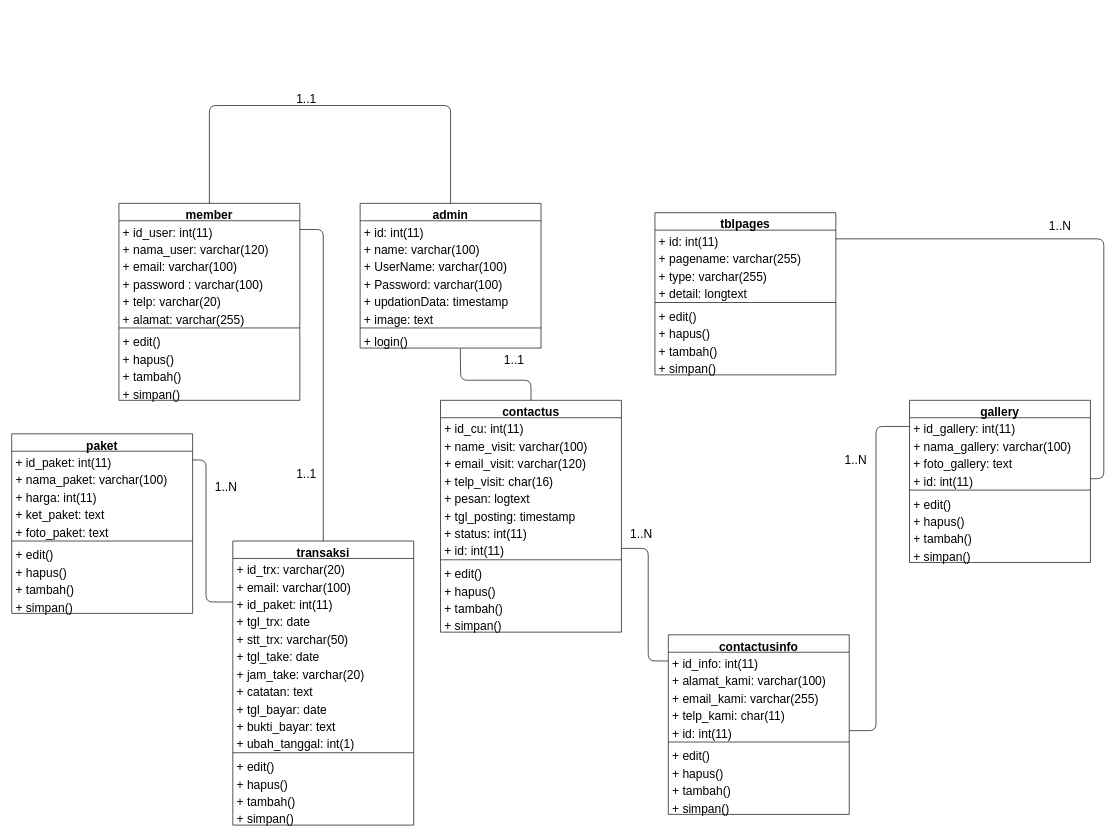
Earlier version of the draw.io diagram page "CLASS DIAGRAM" (2 of 20) of SKRIPSI TARMIZI MAULANA/ARSIP/FILE MASTER DESAIN/DIAGRAM SKIRPSI TARMIZI MAULANA.drawio (Khairul122/JK-WebPemesananJasaFotografer-ED). Source tidied: cells renumbered, new cells numbered last; positions are measured from the earlier drawing's top-left corner, leaving out a move shared by most shapes. Both pictures are drawn from the tidied source at 67%, with x=0, y=0 at pixel (11, 92).
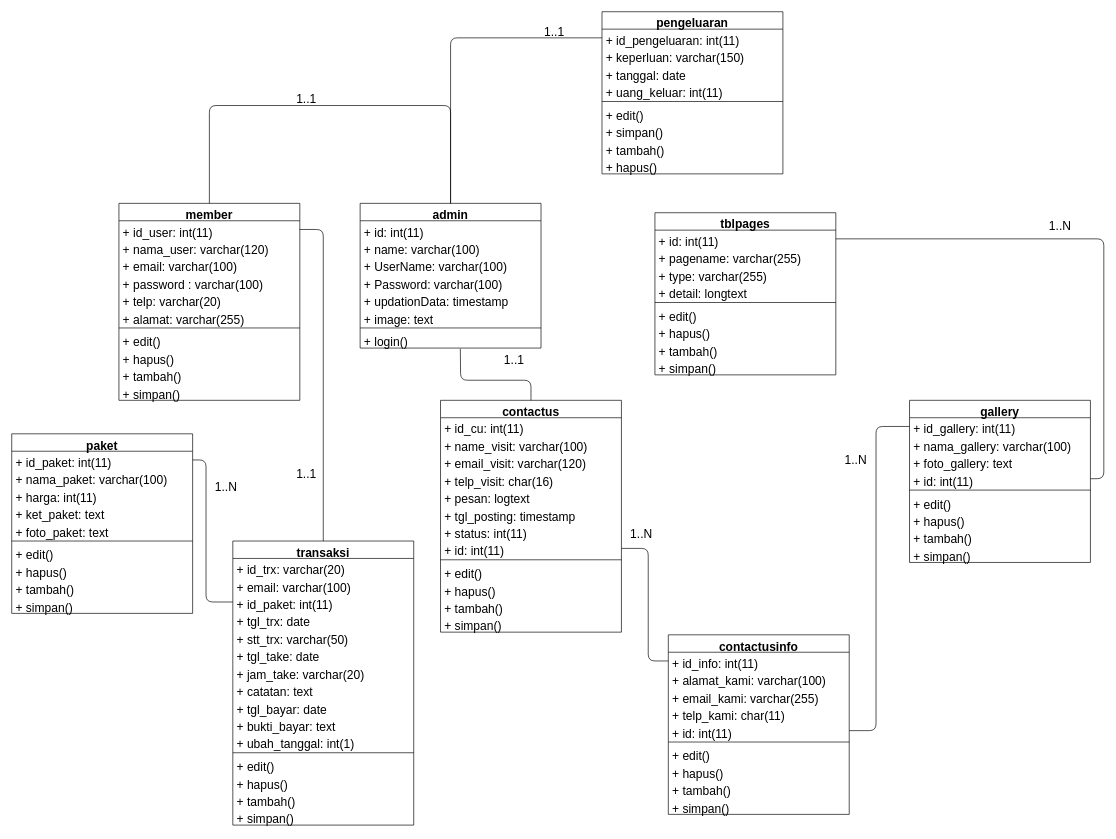
After the change.

The change refers to these unchanged cells:
```xml
<mxCell id="2" value="admin" style="swimlane;fontStyle=1;align=center;verticalAlign=top;horizontal=1;startSize=26;fontSize=18;" parent="1" vertex="1">
  <mxGeometry x="520" y="166" width="270" height="216" as="geometry" />
</mxCell>
```

Diff of the diagram source:
```diff
@@
+    <mxCell id="110" value="pengeluaran" style="swimlane;fontStyle=1;align=center;verticalAlign=top;horizontal=1;startSize=26;fontSize=18;" parent="1" vertex="1">
+      <mxGeometry x="881" y="-120" width="270" height="242" as="geometry" />
+    </mxCell>
+    <mxCell id="111" value="+ id_pengeluaran: int(11)" style="text;align=left;verticalAlign=top;spacingLeft=4;spacingRight=4;overflow=hidden;points=[[0,0.5],[1,0.5]];portConstraint=eastwest;fontSize=18;" parent="110" vertex="1">
+      <mxGeometry y="26" width="270" height="26" as="geometry" />
+    </mxCell>
+    <mxCell id="112" value="+ keperluan: varchar(150)" style="text;align=left;verticalAlign=top;spacingLeft=4;spacingRight=4;overflow=hidden;fontSize=18;" parent="110" vertex="1">
+      <mxGeometry y="52" width="270" height="26" as="geometry" />
+    </mxCell>
+    <mxCell id="113" value="+ tanggal: date" style="text;align=left;verticalAlign=top;spacingLeft=4;spacingRight=4;overflow=hidden;fontSize=18;" parent="110" vertex="1">
+      <mxGeometry y="78" width="270" height="26" as="geometry" />
+    </mxCell>
+    <mxCell id="114" value="+ uang_keluar: int(11)" style="text;align=left;verticalAlign=top;spacingLeft=4;spacingRight=4;overflow=hidden;fontSize=18;" parent="110" vertex="1">
+      <mxGeometry y="104" width="270" height="26" as="geometry" />
+    </mxCell>
+    <mxCell id="115" style="line;strokeWidth=1;align=left;verticalAlign=middle;spacingTop=-1;spacingLeft=3;spacingRight=3;labelPosition=right;fontSize=18;" parent="110" vertex="1">
+      <mxGeometry y="130" width="270" height="8" as="geometry" />
+    </mxCell>
+    <mxCell id="116" value="+ edit()&#10;" style="text;align=left;verticalAlign=top;spacingLeft=4;spacingRight=4;overflow=hidden;fontSize=18;" parent="110" vertex="1">
+      <mxGeometry y="138" width="270" height="26" as="geometry" />
+    </mxCell>
+    <mxCell id="117" value="+ simpan()" style="text;align=left;verticalAlign=top;spacingLeft=4;spacingRight=4;overflow=hidden;fontSize=18;" parent="110" vertex="1">
+      <mxGeometry y="164" width="270" height="26" as="geometry" />
+    </mxCell>
+    <mxCell id="118" value="+ tambah()" style="text;align=left;verticalAlign=top;spacingLeft=4;spacingRight=4;overflow=hidden;fontSize=18;" parent="110" vertex="1">
+      <mxGeometry y="190" width="270" height="26" as="geometry" />
+    </mxCell>
+    <mxCell id="119" value="+ hapus()" style="text;align=left;verticalAlign=top;spacingLeft=4;spacingRight=4;overflow=hidden;fontSize=18;" parent="110" vertex="1">
+      <mxGeometry y="216" width="270" height="26" as="geometry" />
+    </mxCell>
+    <mxCell id="120" style="endArrow=none;html=1;exitX=0.5;exitY=0;exitDx=0;exitDy=0;entryX=0;entryY=0.5;entryDx=0;entryDy=0;" parent="1" edge="1" source="2" target="111">
+      <mxGeometry relative="1" as="geometry">
+        <Array as="points">
+          <mxPoint x="655" y="-81" />
+        </Array>
+      </mxGeometry>
+    </mxCell>
+    <mxCell id="121" value="&lt;font style=&quot;font-size: 18px;&quot;&gt;1..1&lt;/font&gt;" style="text;html=1;strokeColor=none;fillColor=none;align=center;verticalAlign=middle;whiteSpace=wrap;rounded=0;fontSize=18;" parent="1" vertex="1">
+      <mxGeometry x="790" y="-100" width="40" height="20" as="geometry" />
+    </mxCell>
```
